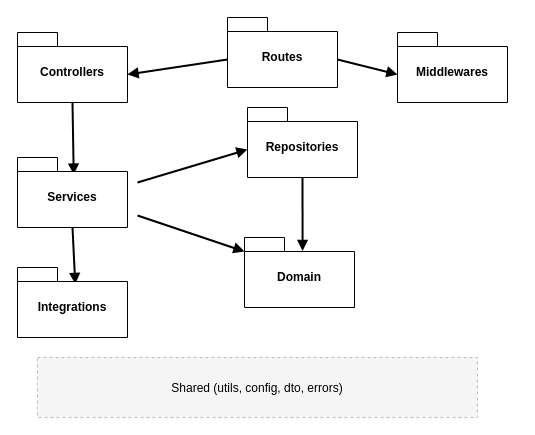
This is page "[API]novo-modelo-pacotes" (1 of 6) of docs/diagramas.drawio from LucasSdS/tcc-convenio-backend, a draw.io file, before an edit. Source tidied: cells renumbered, new cells numbered last; positions are measured from the earlier drawing's top-left corner, leaving out a move shared by most shapes. Both pictures are drawn from the tidied source at 100%, with x=0, y=0 at pixel (17, 17).
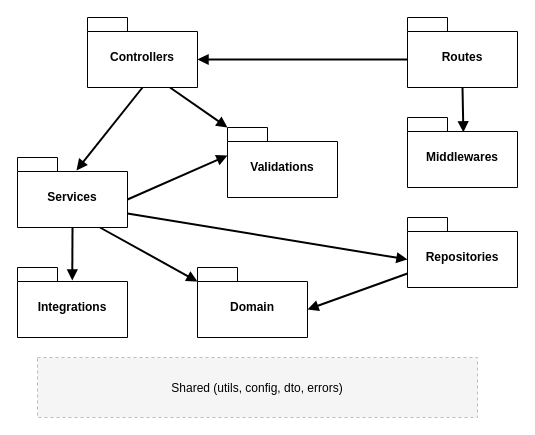
Above is the later version.

Commit message (it also covers changes not shown here):
Docs: *Inserindo pacote Validations modelagem da arquitetura

What changed in the source:
```diff
@@
 <mxGraphModel>
   <root>
     <mxCell id="0" />
     <mxCell id="1" parent="0" />
     <mxCell id="2" value="Shared (utils, config, dto, errors)" style="rounded=0;strokeWidth=1;dashed=1;fillColor=#f5f5f5;strokeColor=#bdbdbd;rotation=0;" parent="1" vertex="1">
       <mxGeometry x="20" y="340" width="440" height="60" as="geometry" />
     </mxCell>
     <mxCell id="3" style="endArrow=block;strokeWidth=2;entryX=0;entryY=0;entryDx=110;entryDy=42;entryPerimeter=0;exitX=0;exitY=0;exitDx=0;exitDy=42;exitPerimeter=0;" parent="1" edge="1" source="15" target="16">
       <mxGeometry relative="1" as="geometry" />
     </mxCell>
-    <mxCell id="4" style="endArrow=block;strokeWidth=2;entryX=0;entryY=0;entryDx=0;entryDy=42;entryPerimeter=0;exitX=0;exitY=0;exitDx=110;exitDy=42;exitPerimeter=0;" parent="1" edge="1" source="15" target="14">
+    <mxCell id="4" style="endArrow=block;strokeWidth=2;entryX=0.508;entryY=0.211;entryDx=0;entryDy=0;entryPerimeter=0;exitX=0.5;exitY=1;exitDx=0;exitDy=0;exitPerimeter=0;" parent="1" edge="1" source="15" target="14">
       <mxGeometry relative="1" as="geometry" />
     </mxCell>
-    <mxCell id="5" style="endArrow=block;strokeWidth=2;entryX=0.511;entryY=0.244;entryDx=0;entryDy=0;entryPerimeter=0;exitX=0.5;exitY=1;exitDx=0;exitDy=0;exitPerimeter=0;" parent="1" edge="1" source="16" target="11">
+    <mxCell id="5" style="endArrow=block;strokeWidth=2;entryX=0.536;entryY=0.184;entryDx=0;entryDy=0;entryPerimeter=0;exitX=0.5;exitY=1;exitDx=0;exitDy=0;exitPerimeter=0;" parent="1" edge="1" source="16" target="11">
       <mxGeometry relative="1" as="geometry" />
     </mxCell>
-    <mxCell id="6" style="endArrow=block;strokeWidth=2;entryX=0;entryY=0;entryDx=0;entryDy=42;entryPerimeter=0;" parent="1" edge="1" target="13">
-      <mxGeometry relative="1" as="geometry">
-        <mxPoint x="120" y="165" as="sourcePoint" />
-      </mxGeometry>
+    <mxCell id="6" style="endArrow=block;strokeWidth=2;entryX=0;entryY=0;entryDx=0;entryDy=42;entryPerimeter=0;exitX=0;exitY=0;exitDx=110;exitDy=56;exitPerimeter=0;" parent="1" edge="1" source="11" target="13">
+      <mxGeometry relative="1" as="geometry" />
     </mxCell>
-    <mxCell id="7" style="endArrow=block;strokeWidth=2;entryX=0;entryY=0;entryDx=0;entryDy=14;entryPerimeter=0;" parent="1" edge="1" target="12">
-      <mxGeometry relative="1" as="geometry">
-        <mxPoint x="120" y="198" as="sourcePoint" />
-      </mxGeometry>
+    <mxCell id="7" style="endArrow=block;strokeWidth=2;entryX=0;entryY=0;entryDx=0;entryDy=14;entryPerimeter=0;exitX=0.75;exitY=1;exitDx=0;exitDy=0;exitPerimeter=0;" parent="1" edge="1" source="11" target="12">
+      <mxGeometry relative="1" as="geometry" />
     </mxCell>
-    <mxCell id="8" style="endArrow=block;strokeWidth=2;entryX=0.525;entryY=0.234;entryDx=0;entryDy=0;entryPerimeter=0;exitX=0.5;exitY=1;exitDx=0;exitDy=0;exitPerimeter=0;" parent="1" edge="1" source="11" target="10">
+    <mxCell id="8" style="endArrow=block;strokeWidth=2;entryX=0.498;entryY=0.186;entryDx=0;entryDy=0;entryPerimeter=0;exitX=0.5;exitY=1;exitDx=0;exitDy=0;exitPerimeter=0;" parent="1" edge="1" source="11" target="10">
       <mxGeometry relative="1" as="geometry" />
     </mxCell>
-    <mxCell id="9" style="endArrow=block;strokeWidth=2;entryX=0.528;entryY=0.192;entryDx=0;entryDy=0;entryPerimeter=0;exitX=0.5;exitY=1;exitDx=0;exitDy=0;exitPerimeter=0;" parent="1" edge="1" source="13" target="12">
+    <mxCell id="9" style="endArrow=block;strokeWidth=2;entryX=0;entryY=0;entryDx=110;entryDy=42;entryPerimeter=0;exitX=0;exitY=0;exitDx=0;exitDy=56;exitPerimeter=0;" parent="1" edge="1" source="13" target="12">
       <mxGeometry relative="1" as="geometry" />
     </mxCell>
     <mxCell id="10" value="Integrations" style="shape=folder;fontStyle=1;spacingTop=10;tabWidth=40;tabHeight=14;tabPosition=left;html=1;whiteSpace=wrap;" parent="1" vertex="1">
       <mxGeometry y="250" width="110" height="70" as="geometry" />
     </mxCell>
     <mxCell id="11" value="Services" style="shape=folder;fontStyle=1;spacingTop=10;tabWidth=40;tabHeight=14;tabPosition=left;html=1;whiteSpace=wrap;" parent="1" vertex="1">
       <mxGeometry y="140" width="110" height="70" as="geometry" />
     </mxCell>
     <mxCell id="12" value="Domain" style="shape=folder;fontStyle=1;spacingTop=10;tabWidth=40;tabHeight=14;tabPosition=left;html=1;whiteSpace=wrap;" parent="1" vertex="1">
-      <mxGeometry x="227" y="220" width="110" height="70" as="geometry" />
+      <mxGeometry x="180" y="250" width="110" height="70" as="geometry" />
     </mxCell>
     <mxCell id="13" value="Repositories" style="shape=folder;fontStyle=1;spacingTop=10;tabWidth=40;tabHeight=14;tabPosition=left;html=1;whiteSpace=wrap;" parent="1" vertex="1">
-      <mxGeometry x="230" y="90" width="110" height="70" as="geometry" />
+      <mxGeometry x="390" y="200" width="110" height="70" as="geometry" />
     </mxCell>
     <mxCell id="14" value="Middlewares" style="shape=folder;fontStyle=1;spacingTop=10;tabWidth=40;tabHeight=14;tabPosition=left;html=1;whiteSpace=wrap;" parent="1" vertex="1">
-      <mxGeometry x="380" y="15" width="110" height="70" as="geometry" />
+      <mxGeometry x="390" y="100" width="110" height="70" as="geometry" />
     </mxCell>
     <mxCell id="15" value="Routes" style="shape=folder;fontStyle=1;spacingTop=10;tabWidth=40;tabHeight=14;tabPosition=left;html=1;whiteSpace=wrap;" parent="1" vertex="1">
-      <mxGeometry x="210" width="110" height="70" as="geometry" />
+      <mxGeometry x="390" width="110" height="70" as="geometry" />
     </mxCell>
     <mxCell id="16" value="Controllers" style="shape=folder;fontStyle=1;spacingTop=10;tabWidth=40;tabHeight=14;tabPosition=left;html=1;whiteSpace=wrap;" parent="1" vertex="1">
-      <mxGeometry y="15" width="110" height="70" as="geometry" />
+      <mxGeometry x="70" width="110" height="70" as="geometry" />
     </mxCell>
+    <mxCell id="17" value="Validations" style="shape=folder;fontStyle=1;spacingTop=10;tabWidth=40;tabHeight=14;tabPosition=left;html=1;whiteSpace=wrap;" parent="1" vertex="1">
+      <mxGeometry x="210" y="110" width="110" height="70" as="geometry" />
+    </mxCell>
+    <mxCell id="18" style="endArrow=block;strokeWidth=2;entryX=0;entryY=0;entryDx=0;entryDy=0;entryPerimeter=0;exitX=0.75;exitY=1;exitDx=0;exitDy=0;exitPerimeter=0;" parent="1" edge="1" source="16" target="17">
+      <mxGeometry relative="1" as="geometry" />
+    </mxCell>
+    <mxCell id="19" style="endArrow=block;strokeWidth=2;entryX=0;entryY=0;entryDx=0;entryDy=28;entryPerimeter=0;exitX=0;exitY=0;exitDx=110;exitDy=42;exitPerimeter=0;" parent="1" edge="1" source="11" target="17">
+      <mxGeometry relative="1" as="geometry" />
+    </mxCell>
   </root>
 </mxGraphModel>
```
